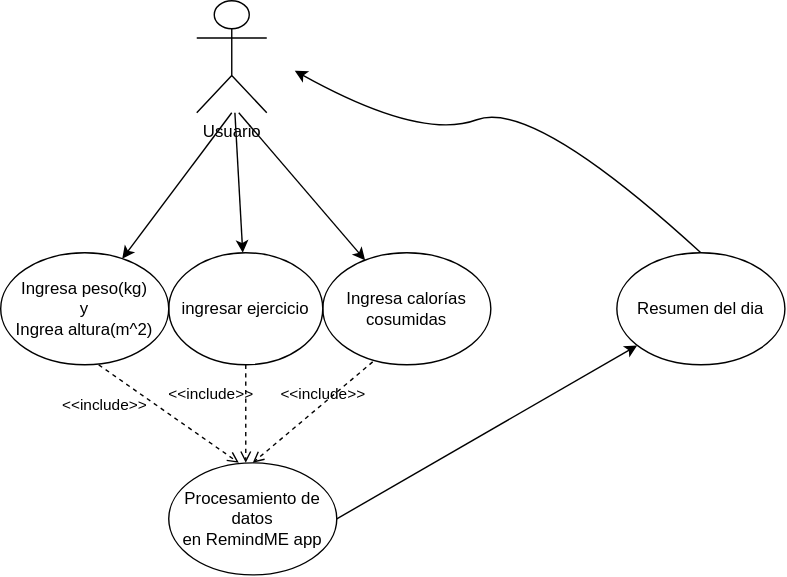
The draw.io diagram Docs/diagrams/usecases/UGC-RF2SeguimientoDeCalorias.svg in Chicledot/remindme, before a commit. Source tidied: cells renumbered, new cells last; positions are measured from the earlier drawing's top-left corner, leaving out a move shared by most shapes.
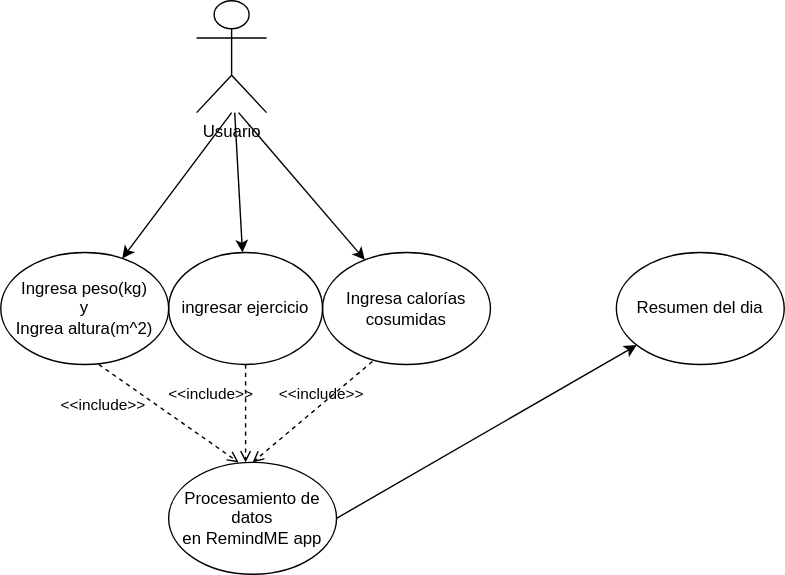
The same diagram one commit later.

What changed in the source:
```diff
@@ -10,15 +10,6 @@
         <mxPoint x="165" y="80" as="sourcePoint" />
       </mxGeometry>
     </mxCell>
-    <mxCell id="4" style="curved=1;endArrow=classic;html=1;rounded=0;exitX=0.5;exitY=0;exitDx=0;exitDy=0;" parent="1" edge="1" source="10">
-      <mxGeometry relative="1" as="geometry">
-        <mxPoint x="210" y="50" as="targetPoint" />
-        <Array as="points">
-          <mxPoint x="380" y="70" />
-          <mxPoint x="300" y="100" />
-        </Array>
-      </mxGeometry>
-    </mxCell>
     <mxCell id="5" style="endArrow=classic;html=1;rounded=0;" parent="1" edge="1" source="2" target="8">
       <mxGeometry relative="1" as="geometry" />
     </mxCell>
```
